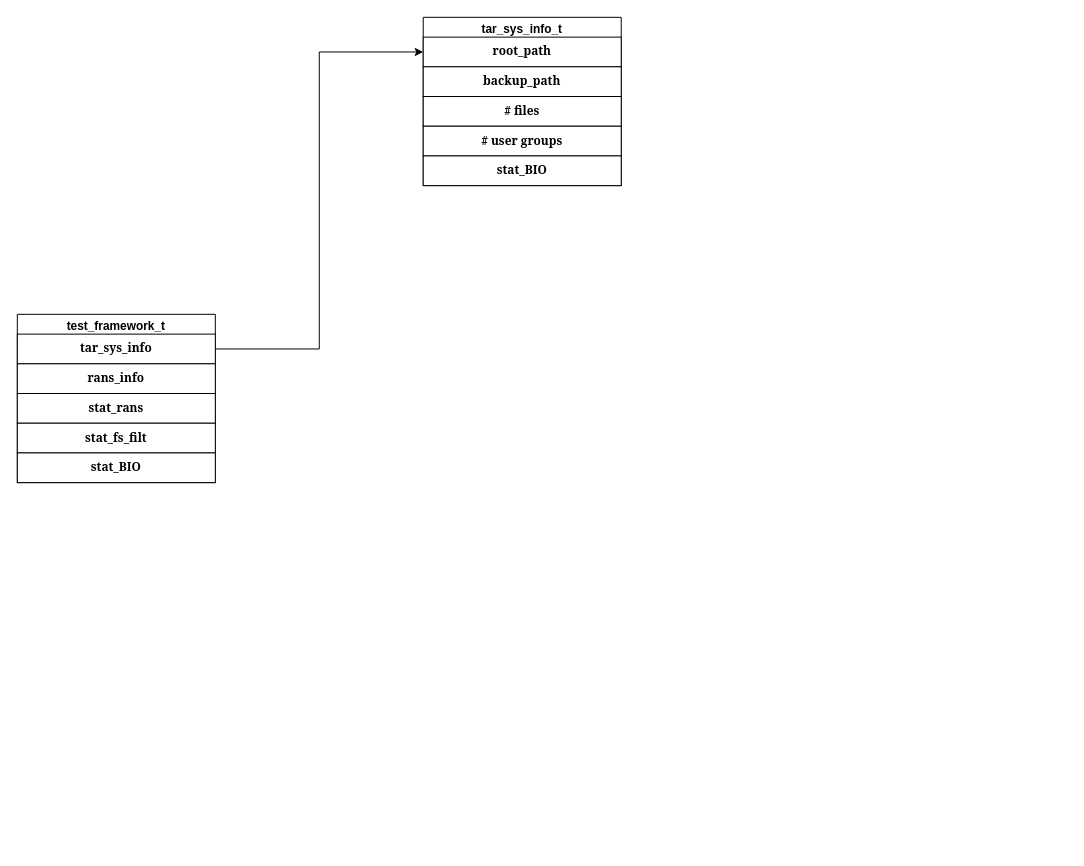
The draw.io diagram imgs/data structure.drawio in MooMooHorse/ransomware_set, before the edit. Source tidied: cells renumbered, new cells numbered last; positions are measured from the earlier drawing's top-left corner, leaving out a move shared by most shapes. Both pictures are drawn from the tidied source at 99%, with x=0, y=0 at pixel (17, 17).
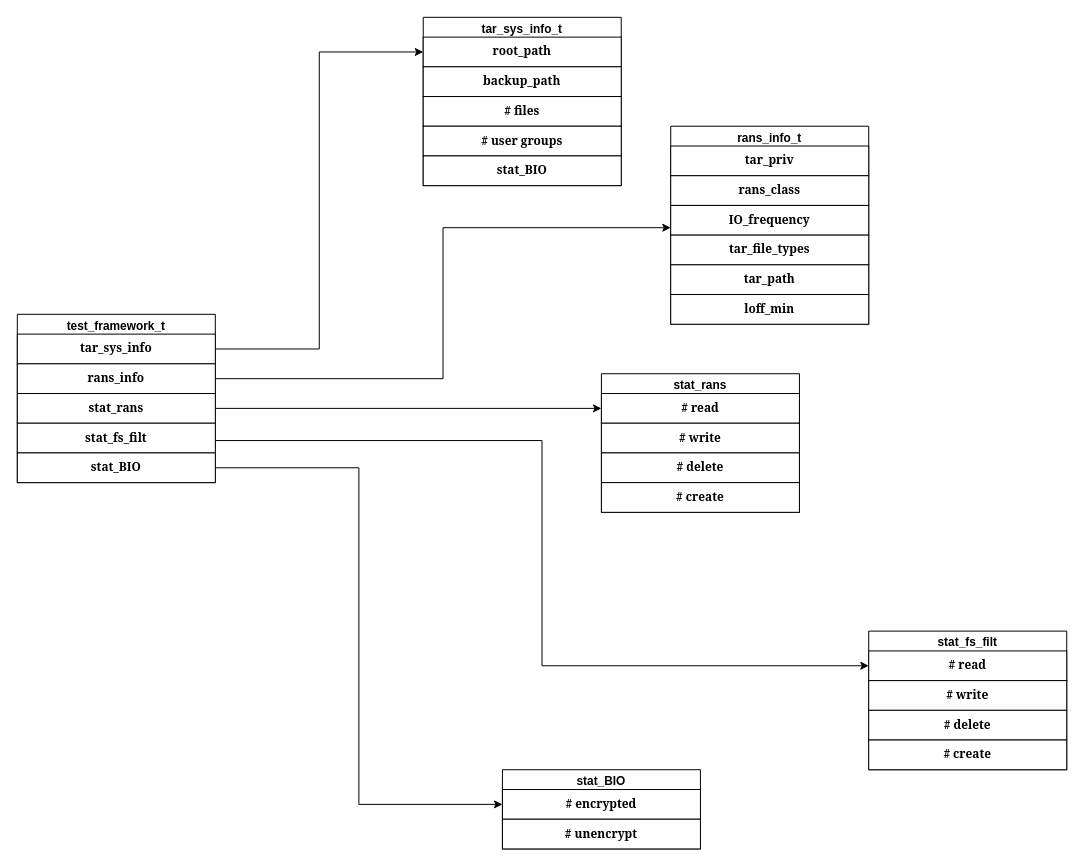
The same diagram, later.

Unchanged cells that the change refers to:
```xml
<mxCell id="2" value="test_framework_t" style="swimlane;whiteSpace=wrap;html=1;" parent="1" vertex="1">
  <mxGeometry y="300" width="200" height="170" as="geometry" />
</mxCell>
<mxCell id="4" value="&lt;font face=&quot;Georgia&quot;&gt;&lt;b&gt;rans_info&lt;/b&gt;&lt;/font&gt;" style="whiteSpace=wrap;html=1;" parent="2" vertex="1">
  <mxGeometry y="50" width="200" height="30" as="geometry" />
</mxCell>
<mxCell id="5" value="&lt;font face=&quot;Georgia&quot;&gt;&lt;b&gt;stat_rans&lt;/b&gt;&lt;/font&gt;" style="whiteSpace=wrap;html=1;" parent="2" vertex="1">
  <mxGeometry y="80" width="200" height="30" as="geometry" />
</mxCell>
<mxCell id="7" value="&lt;font face=&quot;Georgia&quot;&gt;&lt;b&gt;stat_BIO&lt;/b&gt;&lt;/font&gt;" style="whiteSpace=wrap;html=1;" parent="2" vertex="1">
  <mxGeometry y="140" width="200" height="30" as="geometry" />
</mxCell>
```

Diff of the diagram source:
```diff
@@
+    <mxCell id="15" style="edgeStyle=orthogonalEdgeStyle;rounded=0;jettySize=auto;html=1;exitX=1;exitY=0.75;exitDx=0;exitDy=0;entryX=0;entryY=0.5;entryDx=0;entryDy=0;" parent="1" edge="1" source="2" target="31">
+      <mxGeometry relative="1" as="geometry" />
+    </mxCell>
@@
+    <mxCell id="16" value="rans_info_t" style="swimlane;whiteSpace=wrap;html=1;" parent="1" vertex="1">
+      <mxGeometry x="660" y="110" width="200" height="200" as="geometry" />
+    </mxCell>
+    <mxCell id="17" value="&lt;font face=&quot;Georgia&quot;&gt;&lt;b&gt;tar_priv&lt;/b&gt;&lt;/font&gt;" style="whiteSpace=wrap;html=1;" parent="16" vertex="1">
+      <mxGeometry y="20" width="200" height="30" as="geometry" />
+    </mxCell>
+    <mxCell id="18" value="&lt;font face=&quot;Georgia&quot;&gt;&lt;b&gt;rans_class&lt;/b&gt;&lt;/font&gt;" style="whiteSpace=wrap;html=1;" parent="16" vertex="1">
+      <mxGeometry y="50" width="200" height="30" as="geometry" />
+    </mxCell>
+    <mxCell id="19" value="&lt;font face=&quot;Georgia&quot;&gt;&lt;b&gt;IO_frequency&lt;/b&gt;&lt;/font&gt;" style="whiteSpace=wrap;html=1;" parent="16" vertex="1">
+      <mxGeometry y="80" width="200" height="30" as="geometry" />
+    </mxCell>
+    <mxCell id="20" value="&lt;font face=&quot;Georgia&quot;&gt;&lt;b&gt;tar_file_types&lt;/b&gt;&lt;/font&gt;" style="whiteSpace=wrap;html=1;" parent="16" vertex="1">
+      <mxGeometry y="110" width="200" height="30" as="geometry" />
+    </mxCell>
+    <mxCell id="21" value="&lt;font face=&quot;Georgia&quot;&gt;&lt;b&gt;tar_path&lt;/b&gt;&lt;/font&gt;" style="whiteSpace=wrap;html=1;" parent="16" vertex="1">
+      <mxGeometry y="140" width="200" height="30" as="geometry" />
+    </mxCell>
+    <mxCell id="22" value="&lt;font face=&quot;Georgia&quot;&gt;&lt;b&gt;loff_min&lt;/b&gt;&lt;/font&gt;" style="whiteSpace=wrap;html=1;" parent="16" vertex="1">
+      <mxGeometry y="170" width="200" height="30" as="geometry" />
+    </mxCell>
+    <mxCell id="23" style="edgeStyle=orthogonalEdgeStyle;rounded=0;jettySize=auto;html=1;exitX=1;exitY=0.5;exitDx=0;exitDy=0;entryX=0;entryY=0.75;entryDx=0;entryDy=0;" parent="1" edge="1" source="4" target="19">
+      <mxGeometry relative="1" as="geometry" />
+    </mxCell>
+    <mxCell id="24" value="stat_rans" style="swimlane;whiteSpace=wrap;html=1;startSize=23;" parent="1" vertex="1">
+      <mxGeometry x="590" y="360" width="200" height="140" as="geometry" />
+    </mxCell>
+    <mxCell id="25" value="&lt;font face=&quot;Georgia&quot;&gt;&lt;b&gt;# read&lt;/b&gt;&lt;/font&gt;" style="whiteSpace=wrap;html=1;" parent="24" vertex="1">
+      <mxGeometry y="20" width="200" height="30" as="geometry" />
+    </mxCell>
+    <mxCell id="26" value="&lt;font face=&quot;Georgia&quot;&gt;&lt;b&gt;# write&lt;/b&gt;&lt;/font&gt;" style="whiteSpace=wrap;html=1;" parent="24" vertex="1">
+      <mxGeometry y="50" width="200" height="30" as="geometry" />
+    </mxCell>
+    <mxCell id="27" value="&lt;font face=&quot;Georgia&quot;&gt;&lt;b&gt;# delete&lt;/b&gt;&lt;/font&gt;" style="whiteSpace=wrap;html=1;" parent="24" vertex="1">
+      <mxGeometry y="80" width="200" height="30" as="geometry" />
+    </mxCell>
+    <mxCell id="28" value="&lt;font face=&quot;Georgia&quot;&gt;&lt;b&gt;# create&lt;/b&gt;&lt;/font&gt;" style="whiteSpace=wrap;html=1;" parent="24" vertex="1">
+      <mxGeometry y="110" width="200" height="30" as="geometry" />
+    </mxCell>
+    <mxCell id="29" style="edgeStyle=orthogonalEdgeStyle;rounded=0;jettySize=auto;html=1;exitX=1;exitY=0.5;exitDx=0;exitDy=0;entryX=0;entryY=0.5;entryDx=0;entryDy=0;" parent="1" edge="1" source="5" target="25">
+      <mxGeometry relative="1" as="geometry" />
+    </mxCell>
+    <mxCell id="30" value="stat_fs_filt" style="swimlane;whiteSpace=wrap;html=1;startSize=23;" parent="1" vertex="1">
+      <mxGeometry x="860" y="620" width="200" height="140" as="geometry" />
+    </mxCell>
+    <mxCell id="31" value="&lt;font face=&quot;Georgia&quot;&gt;&lt;b&gt;# read&lt;/b&gt;&lt;/font&gt;" style="whiteSpace=wrap;html=1;" parent="30" vertex="1">
+      <mxGeometry y="20" width="200" height="30" as="geometry" />
+    </mxCell>
+    <mxCell id="32" value="&lt;font face=&quot;Georgia&quot;&gt;&lt;b&gt;# write&lt;/b&gt;&lt;/font&gt;" style="whiteSpace=wrap;html=1;" parent="30" vertex="1">
+      <mxGeometry y="50" width="200" height="30" as="geometry" />
+    </mxCell>
+    <mxCell id="33" value="&lt;font face=&quot;Georgia&quot;&gt;&lt;b&gt;# delete&lt;/b&gt;&lt;/font&gt;" style="whiteSpace=wrap;html=1;" parent="30" vertex="1">
+      <mxGeometry y="80" width="200" height="30" as="geometry" />
+    </mxCell>
+    <mxCell id="34" value="&lt;font face=&quot;Georgia&quot;&gt;&lt;b&gt;# create&lt;/b&gt;&lt;/font&gt;" style="whiteSpace=wrap;html=1;" parent="30" vertex="1">
+      <mxGeometry y="110" width="200" height="30" as="geometry" />
+    </mxCell>
+    <mxCell id="35" value="stat_BIO" style="swimlane;whiteSpace=wrap;html=1;startSize=23;" parent="1" vertex="1">
+      <mxGeometry x="490" y="760" width="200" height="80" as="geometry" />
+    </mxCell>
+    <mxCell id="36" value="&lt;font face=&quot;Georgia&quot;&gt;&lt;b&gt;# encrypted&lt;/b&gt;&lt;/font&gt;" style="whiteSpace=wrap;html=1;" parent="35" vertex="1">
+      <mxGeometry y="20" width="200" height="30" as="geometry" />
+    </mxCell>
+    <mxCell id="37" value="&lt;font face=&quot;Georgia&quot;&gt;&lt;b&gt;# unencrypt&lt;/b&gt;&lt;/font&gt;" style="whiteSpace=wrap;html=1;" parent="35" vertex="1">
+      <mxGeometry y="50" width="200" height="30" as="geometry" />
+    </mxCell>
+    <mxCell id="38" style="edgeStyle=orthogonalEdgeStyle;rounded=0;jettySize=auto;html=1;exitX=1;exitY=0.5;exitDx=0;exitDy=0;entryX=0;entryY=0.5;entryDx=0;entryDy=0;" parent="1" edge="1" source="7" target="36">
+      <mxGeometry relative="1" as="geometry" />
+    </mxCell>
```
